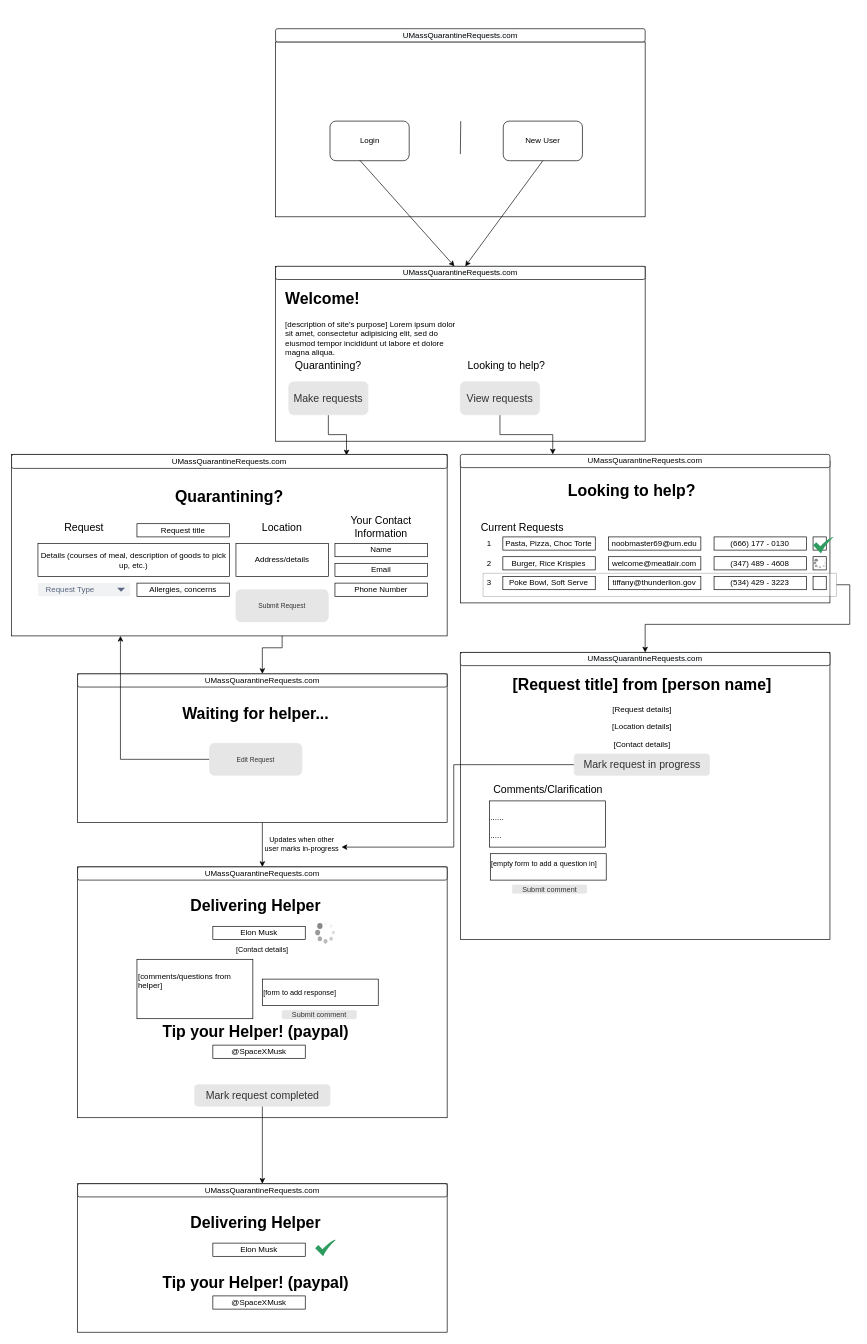
This is docs/diagrams/homepage.drawio from grievans/cs326-final-vav, a draw.io file, before an edit. Source tidied: cells renumbered, new cells numbered last; positions are measured from the earlier drawing's top-left corner, leaving out a move shared by most shapes. Both pictures are drawn from the tidied source at 66%, with x=0, y=0 at pixel (11, 28).
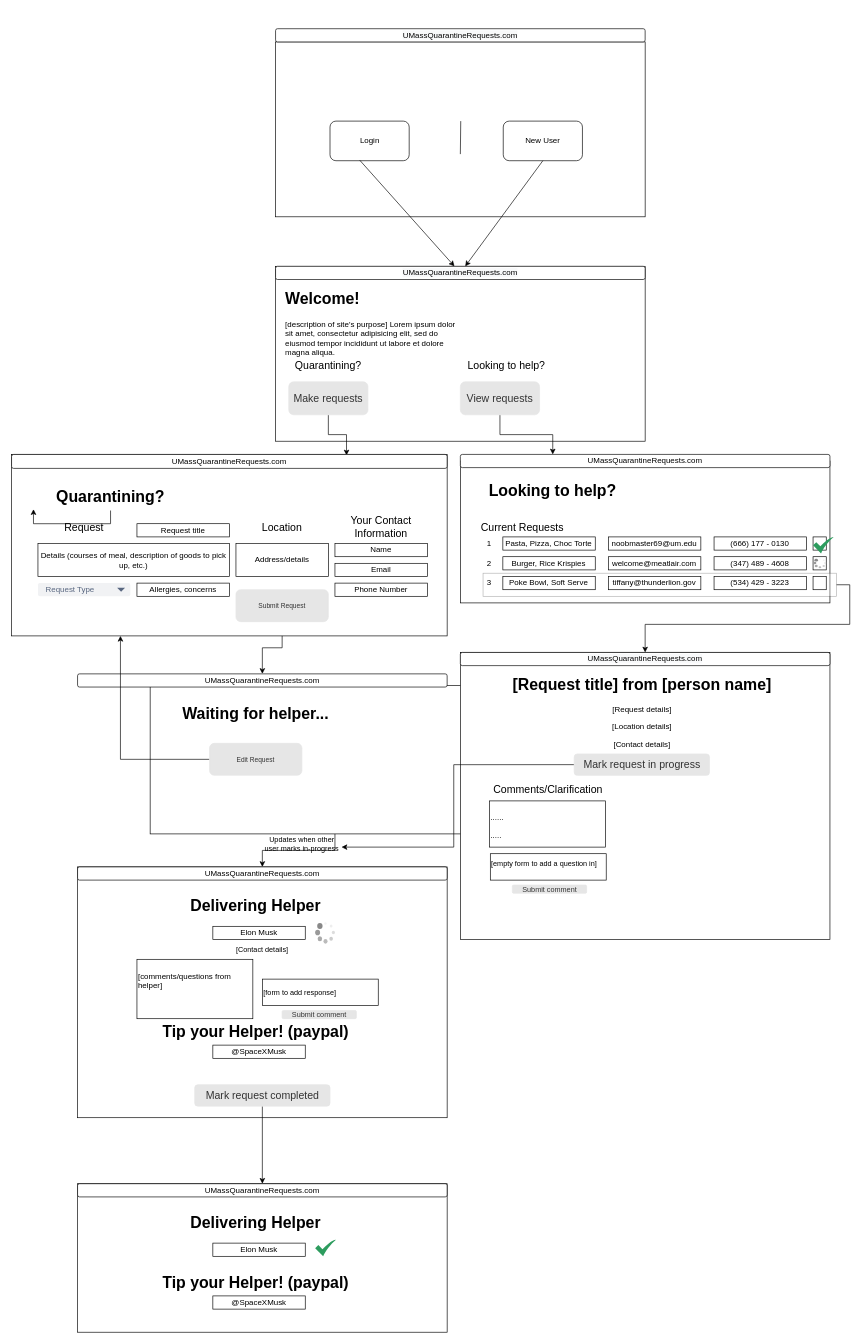
The same diagram, later.

The edit, as a diff of the source:
```diff
@@
     <mxCell id="13" value="&lt;h1&gt;Quarantining?&lt;/h1&gt;" style="text;html=1;strokeColor=none;fillColor=none;spacing=5;spacingTop=-20;whiteSpace=wrap;overflow=hidden;rounded=0;align=center;" parent="1" vertex="1">
-      <mxGeometry x="190" y="690" width="280" height="40" as="geometry" />
+      <mxGeometry x="10" y="690" width="280" height="40" as="geometry" />
     </mxCell>
@@
     <mxCell id="21" value="&lt;h1&gt;Looking to help?&lt;/h1&gt;" style="text;html=1;strokeColor=none;fillColor=none;spacing=5;spacingTop=-20;whiteSpace=wrap;overflow=hidden;rounded=0;align=center;" parent="1" vertex="1">
-      <mxGeometry x="800" y="680" width="280" height="40" as="geometry" />
+      <mxGeometry x="680" y="680" width="280" height="40" as="geometry" />
     </mxCell>
@@
     <mxCell id="43" style="rounded=0;whiteSpace=wrap;html=1;" parent="1" vertex="1">
-      <mxGeometry x="100" y="977.5" width="560" height="225" as="geometry" />
+      <mxGeometry x="210" y="995" width="560" height="225" as="geometry" />
     </mxCell>
@@
+    <mxCell id="94" style="edgeStyle=orthogonalEdgeStyle;rounded=0;orthogonalLoop=1;jettySize=auto;html=1;exitX=0.5;exitY=1;exitDx=0;exitDy=0;entryX=0.083;entryY=0.952;entryDx=0;entryDy=0;entryPerimeter=0;" parent="1" edge="1" source="13" target="13">
+      <mxGeometry relative="1" as="geometry" />
+    </mxCell>
```
